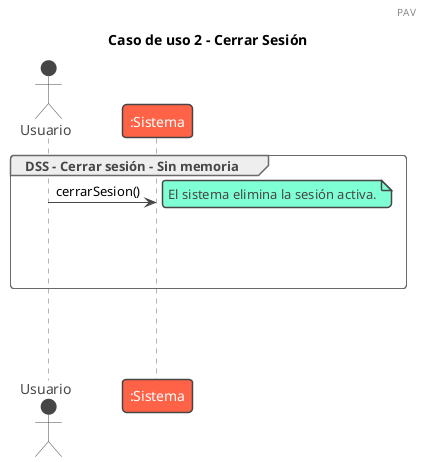
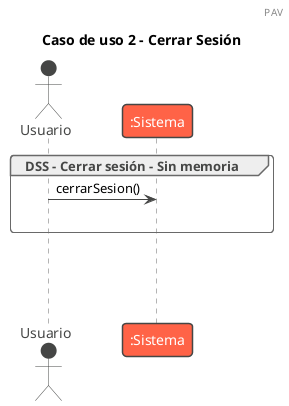
@startuml cerrarSesion
!theme vibrant
header PAV


title Caso de uso 2 - Cerrar Sesión

group DSS - Cerrar sesión - Sin memoria

Actor Usuario

note left of Usuario #aqua
end note

note left of Usuario #aqua
end note


Usuario -> ":Sistema" : cerrarSesion()
- note right: El sistema elimina la sesión activa.

- 
- 
- |||
- |||
|||
end
|||
|||
|||
@enduml